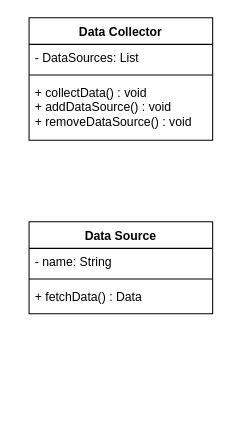
This is 제목 없는 다이어그램.drawio from ppssy05/Jun, a draw.io file, before an edit. Source tidied: cells renumbered, new cells numbered last; positions are measured from the earlier drawing's top-left corner, leaving out a move shared by most shapes. Both pictures are drawn from the tidied source at 102%, with x=0, y=0 at pixel (29, 17).
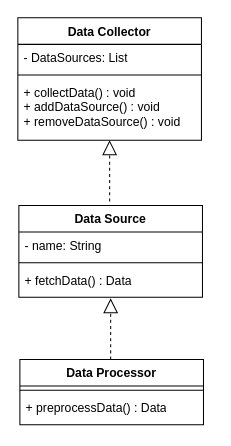
The same page after the edit.

Commit message:
UML_Class Diagram

The edit, as a diff of the source:
```diff
@@
 <mxGraphModel>
   <root>
     <mxCell id="0" />
     <mxCell id="1" parent="0" />
     <mxCell id="2" value="Data Collector" style="swimlane;fontStyle=1;align=center;verticalAlign=top;horizontal=1;startSize=26;whiteSpace=wrap;html=1;" parent="1" vertex="1">
-      <mxGeometry width="180" height="120" as="geometry" />
+      <mxGeometry x="-11" width="180" height="120" as="geometry" />
     </mxCell>
     <mxCell id="3" value="- DataSources: List" style="text;strokeColor=none;fillColor=none;align=left;verticalAlign=top;spacingLeft=4;spacingRight=4;overflow=hidden;whiteSpace=wrap;html=1;" parent="2" vertex="1">
       <mxGeometry y="26" width="180" height="26" as="geometry" />
     </mxCell>
     <mxCell id="4" style="line;strokeWidth=1;fillColor=none;align=left;verticalAlign=middle;spacingTop=-1;spacingLeft=3;spacingRight=3;labelPosition=right;strokeColor=inherit;" parent="2" vertex="1">
       <mxGeometry y="52" width="180" height="8" as="geometry" />
     </mxCell>
     <mxCell id="5" value="+ collectData() : void&lt;br&gt;+ addDataSource() : void&lt;br&gt;+ removeDataSource() : void" style="text;strokeColor=none;fillColor=none;align=left;verticalAlign=top;spacingLeft=4;spacingRight=4;overflow=hidden;whiteSpace=wrap;html=1;" parent="2" vertex="1">
       <mxGeometry y="60" width="180" height="60" as="geometry" />
     </mxCell>
     <mxCell id="6" value="Data Source" style="swimlane;fontStyle=1;align=center;verticalAlign=top;horizontal=1;startSize=26;whiteSpace=wrap;html=1;" parent="1" vertex="1">
-      <mxGeometry y="200" width="180" height="90" as="geometry" />
+      <mxGeometry x="-10" y="184" width="180" height="90" as="geometry" />
     </mxCell>
     <mxCell id="7" value="- name: String" style="text;strokeColor=none;fillColor=none;align=left;verticalAlign=top;spacingLeft=4;spacingRight=4;overflow=hidden;whiteSpace=wrap;html=1;" parent="6" vertex="1">
       <mxGeometry y="26" width="180" height="26" as="geometry" />
     </mxCell>
     <mxCell id="8" style="line;strokeWidth=1;fillColor=none;align=left;verticalAlign=middle;spacingTop=-1;spacingLeft=3;spacingRight=3;labelPosition=right;strokeColor=inherit;" parent="6" vertex="1">
       <mxGeometry y="52" width="180" height="8" as="geometry" />
     </mxCell>
     <mxCell id="9" value="+ fetchData() : Data" style="text;strokeColor=none;fillColor=none;align=left;verticalAlign=top;spacingLeft=4;spacingRight=4;overflow=hidden;whiteSpace=wrap;html=1;" parent="6" vertex="1">
       <mxGeometry y="60" width="180" height="30" as="geometry" />
     </mxCell>
+    <mxCell id="10" value="Data Processor" style="swimlane;fontStyle=1;align=center;verticalAlign=top;horizontal=1;startSize=26;whiteSpace=wrap;html=1;" parent="1" vertex="1">
+      <mxGeometry x="-9" y="335" width="180" height="64" as="geometry" />
+    </mxCell>
+    <mxCell id="11" style="line;strokeWidth=1;fillColor=none;align=left;verticalAlign=middle;spacingTop=-1;spacingLeft=3;spacingRight=3;labelPosition=right;strokeColor=inherit;" parent="10" vertex="1">
+      <mxGeometry y="26" width="180" height="8" as="geometry" />
+    </mxCell>
+    <mxCell id="12" value="+ preprocessData() : Data" style="text;strokeColor=none;fillColor=none;align=left;verticalAlign=top;spacingLeft=4;spacingRight=4;overflow=hidden;whiteSpace=wrap;html=1;" parent="10" vertex="1">
+      <mxGeometry y="34" width="180" height="30" as="geometry" />
+    </mxCell>
+    <mxCell id="13" style="endArrow=block;dashed=1;endFill=0;endSize=12;html=1;rounded=0;" parent="1" edge="1">
+      <mxGeometry relative="1" as="geometry">
+        <mxPoint x="79" y="180" as="sourcePoint" />
+        <mxPoint x="79" y="120" as="targetPoint" />
+      </mxGeometry>
+    </mxCell>
+    <mxCell id="14" style="endArrow=block;dashed=1;endFill=0;endSize=12;html=1;rounded=0;" parent="1" edge="1">
+      <mxGeometry relative="1" as="geometry">
+        <mxPoint x="80" y="335" as="sourcePoint" />
+        <mxPoint x="80" y="275" as="targetPoint" />
+      </mxGeometry>
+    </mxCell>
   </root>
 </mxGraphModel>
```
